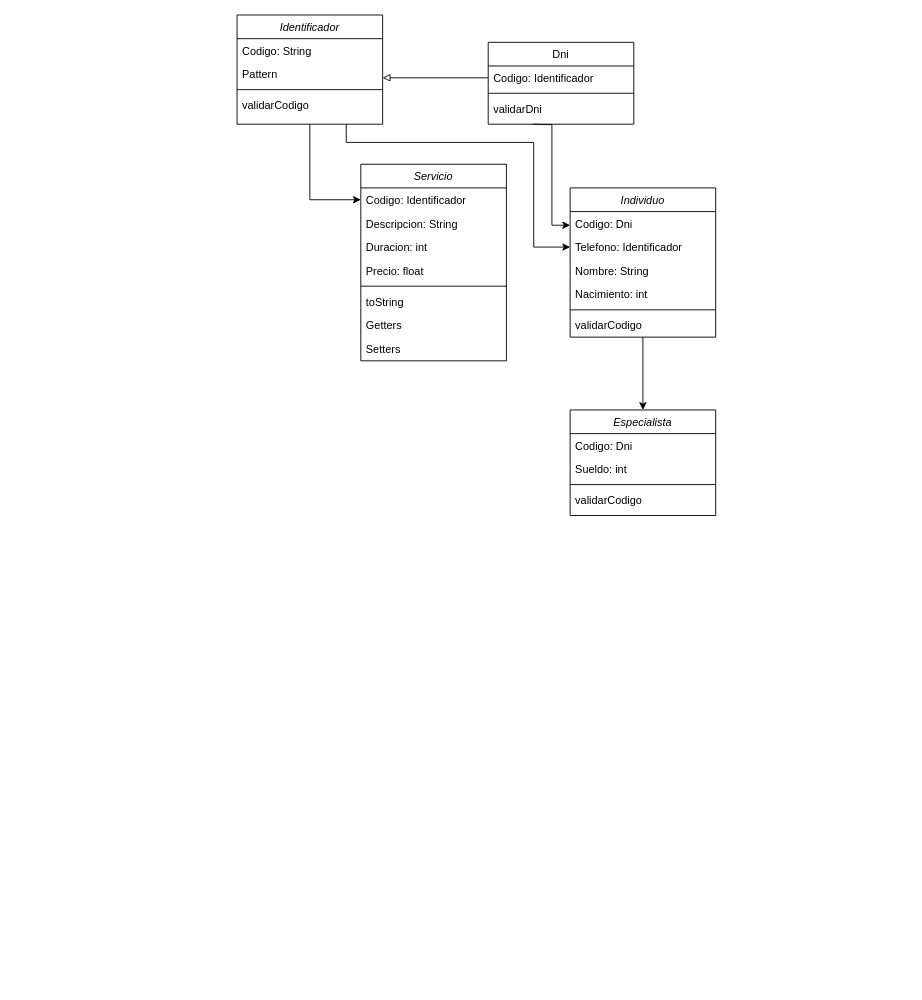
Above: Proyecto_Clinica.drawio in Buhuk/diagramas (draw.io), before the change. Source tidied: cells renumbered, new cells numbered last; positions are measured from the earlier drawing's top-left corner, leaving out a move shared by most shapes. Both pictures are drawn from the tidied source at 91%, with x=0, y=0 at pixel (237, 15).
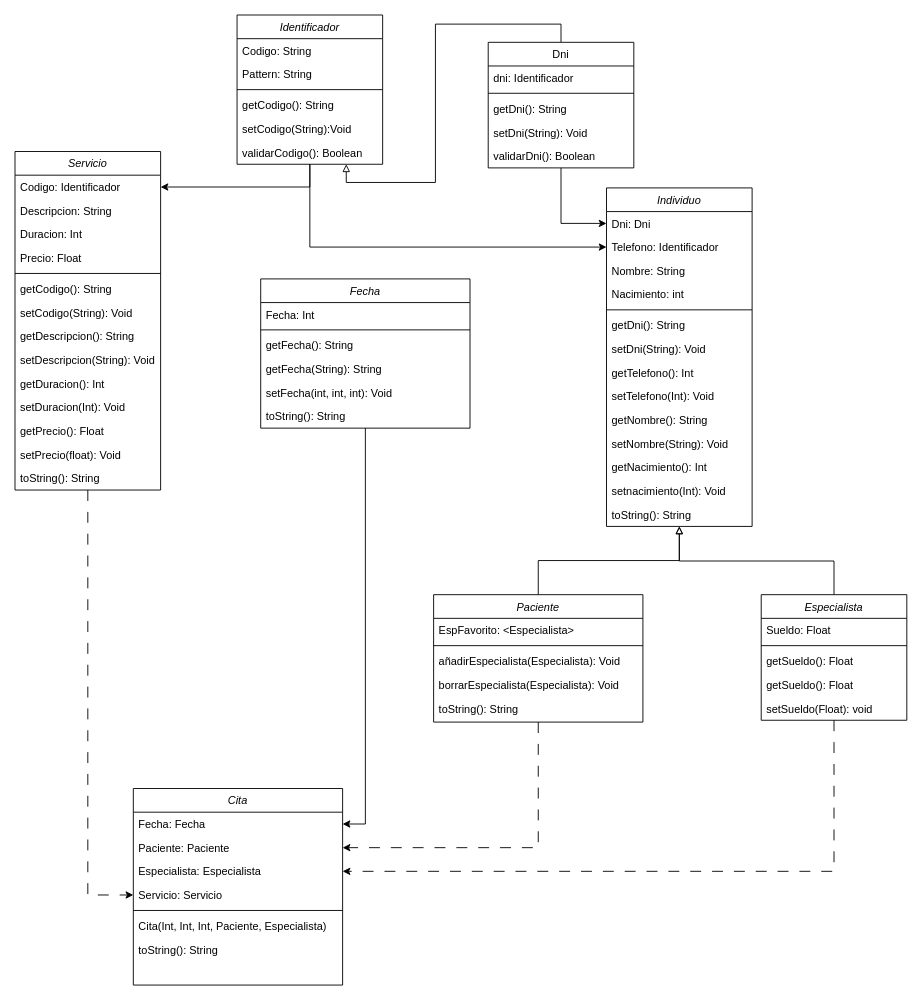
The same page after the edit.

The change refers to these unchanged cells:
```xml
<mxCell id="18" value="Telefono: Identificador" style="text;align=left;verticalAlign=top;spacingLeft=4;spacingRight=4;overflow=hidden;points=[[0,0.5],[1,0.5]];portConstraint=eastwest;" parent="16" vertex="1">
  <mxGeometry y="52" width="160" height="26" as="geometry" />
</mxCell>
<mxCell id="24" value="Codigo: Identificador" style="text;align=left;verticalAlign=top;spacingLeft=4;spacingRight=4;overflow=hidden;points=[[0,0.5],[1,0.5]];portConstraint=eastwest;" parent="23" vertex="1">
  <mxGeometry y="26" width="160" height="26" as="geometry" />
</mxCell>
```

What changed in the source:
```diff
@@
-    <mxCell id="2" style="edgeStyle=orthogonalEdgeStyle;rounded=0;jettySize=auto;html=1;entryX=0;entryY=0.5;entryDx=0;entryDy=0;endArrow=none;endFill=0;startArrow=block;startFill=0;" parent="1" edge="1" source="6" target="12">
-      <mxGeometry relative="1" as="geometry">
-        <Array as="points">
-          <mxPoint x="151" y="70" />
-          <mxPoint x="151" y="69" />
-        </Array>
-      </mxGeometry>
-    </mxCell>
-    <mxCell id="3" style="edgeStyle=orthogonalEdgeStyle;rounded=0;jettySize=auto;html=1;exitX=0.5;exitY=1;exitDx=0;exitDy=0;entryX=0;entryY=0.25;entryDx=0;entryDy=0;" parent="1" edge="1" target="16">
-      <mxGeometry relative="1" as="geometry">
-        <mxPoint x="325" y="120" as="sourcePoint" />
-      </mxGeometry>
-    </mxCell>
+    <mxCell id="5" style="edgeStyle=orthogonalEdgeStyle;rounded=0;jettySize=auto;html=1;exitX=0.5;exitY=1;exitDx=0;exitDy=0;entryX=1;entryY=0.5;entryDx=0;entryDy=0;" parent="1" edge="1" source="6" target="24">
+      <mxGeometry relative="1" as="geometry" />
+    </mxCell>
-    <mxCell id="4" style="edgeStyle=orthogonalEdgeStyle;rounded=0;jettySize=auto;html=1;exitX=0.75;exitY=1;exitDx=0;exitDy=0;entryX=0;entryY=0.5;entryDx=0;entryDy=0;" parent="1" edge="1" source="6" target="18">
-      <mxGeometry relative="1" as="geometry">
-        <Array as="points">
-          <mxPoint x="120" y="140" />
-          <mxPoint x="326" y="140" />
-          <mxPoint x="326" y="255" />
-        </Array>
-      </mxGeometry>
+    <mxCell id="4" style="edgeStyle=orthogonalEdgeStyle;rounded=0;jettySize=auto;html=1;exitX=0.5;exitY=1;exitDx=0;exitDy=0;entryX=0;entryY=0.5;entryDx=0;entryDy=0;" parent="1" edge="1" source="6" target="18">
+      <mxGeometry relative="1" as="geometry" />
     </mxCell>
-    <mxCell id="5" style="edgeStyle=orthogonalEdgeStyle;rounded=0;jettySize=auto;html=1;" parent="1" edge="1" source="6" target="24">
-      <mxGeometry relative="1" as="geometry" />
-    </mxCell>
     <mxCell id="6" value="Identificador" style="swimlane;fontStyle=2;align=center;verticalAlign=top;horizontal=1;startSize=26;rounded=0;shadow=0;strokeWidth=1;" parent="1" vertex="1">
-      <mxGeometry width="160" height="120" as="geometry" />
+      <mxGeometry width="160" height="164" as="geometry" />
     </mxCell>
@@
-    <mxCell id="8" value="Pattern" style="text;align=left;verticalAlign=top;spacingLeft=4;spacingRight=4;overflow=hidden;rounded=0;shadow=0;html=0;" parent="6" vertex="1">
+    <mxCell id="8" value="Pattern: String" style="text;align=left;verticalAlign=top;spacingLeft=4;spacingRight=4;overflow=hidden;rounded=0;shadow=0;html=0;" parent="6" vertex="1">
       <mxGeometry y="52" width="160" height="26" as="geometry" />
     </mxCell>
@@
-    <mxCell id="10" value="validarCodigo" style="text;align=left;verticalAlign=top;spacingLeft=4;spacingRight=4;overflow=hidden;" parent="6" vertex="1">
-      <mxGeometry y="86" width="160" height="26" as="geometry" />
-    </mxCell>
+    <mxCell id="37" value="getCodigo(): String" style="text;align=left;verticalAlign=top;spacingLeft=4;spacingRight=4;overflow=hidden;" parent="6" vertex="1">
+      <mxGeometry y="86" width="160" height="26" as="geometry" />
+    </mxCell>
+    <mxCell id="38" value="setCodigo(String):Void" style="text;align=left;verticalAlign=top;spacingLeft=4;spacingRight=4;overflow=hidden;" parent="6" vertex="1">
+      <mxGeometry y="112" width="160" height="26" as="geometry" />
+    </mxCell>
+    <mxCell id="39" value="validarCodigo(): Boolean" style="text;align=left;verticalAlign=top;spacingLeft=4;spacingRight=4;overflow=hidden;" parent="6" vertex="1">
+      <mxGeometry y="138" width="160" height="26" as="geometry" />
+    </mxCell>
+    <mxCell id="40" style="edgeStyle=orthogonalEdgeStyle;rounded=0;jettySize=auto;html=1;exitX=0.5;exitY=1;exitDx=0;exitDy=0;entryX=0;entryY=0.5;entryDx=0;entryDy=0;" parent="1" edge="1" source="11" target="17">
+      <mxGeometry relative="1" as="geometry" />
+    </mxCell>
+    <mxCell id="41" style="edgeStyle=orthogonalEdgeStyle;rounded=0;jettySize=auto;html=1;exitX=0.5;exitY=0;exitDx=0;exitDy=0;entryX=0.75;entryY=1;entryDx=0;entryDy=0;endArrow=block;endFill=0;" parent="1" edge="1" source="11" target="6">
+      <mxGeometry relative="1" as="geometry" />
+    </mxCell>
     <mxCell id="11" value="Dni" style="swimlane;fontStyle=0;align=center;verticalAlign=top;horizontal=1;startSize=26;rounded=0;shadow=0;strokeWidth=1;" parent="1" vertex="1">
-      <mxGeometry x="276" y="30" width="160" height="90" as="geometry" />
+      <mxGeometry x="276" y="30" width="160" height="138" as="geometry" />
     </mxCell>
-    <mxCell id="12" value="Codigo: Identificador" style="text;align=left;verticalAlign=top;spacingLeft=4;spacingRight=4;overflow=hidden;points=[[0,0.5],[1,0.5]];portConstraint=eastwest;" parent="11" vertex="1">
+    <mxCell id="12" value="dni: Identificador" style="text;align=left;verticalAlign=top;spacingLeft=4;spacingRight=4;overflow=hidden;points=[[0,0.5],[1,0.5]];portConstraint=eastwest;" parent="11" vertex="1">
       <mxGeometry y="26" width="160" height="26" as="geometry" />
     </mxCell>
@@
-    <mxCell id="14" value="validarDni" style="text;align=left;verticalAlign=top;spacingLeft=4;spacingRight=4;overflow=hidden;" parent="11" vertex="1">
+    <mxCell id="14" value="getDni(): String" style="text;align=left;verticalAlign=top;spacingLeft=4;spacingRight=4;overflow=hidden;" parent="11" vertex="1">
       <mxGeometry y="60" width="160" height="26" as="geometry" />
     </mxCell>
+    <mxCell id="42" value="setDni(String): Void" style="text;align=left;verticalAlign=top;spacingLeft=4;spacingRight=4;overflow=hidden;" parent="11" vertex="1">
+      <mxGeometry y="86" width="160" height="26" as="geometry" />
+    </mxCell>
+    <mxCell id="43" value="validarDni(): Boolean" style="text;align=left;verticalAlign=top;spacingLeft=4;spacingRight=4;overflow=hidden;" parent="11" vertex="1">
+      <mxGeometry y="112" width="160" height="26" as="geometry" />
+    </mxCell>
-    <mxCell id="15" style="edgeStyle=orthogonalEdgeStyle;rounded=0;jettySize=auto;html=1;" parent="1" edge="1" source="16" target="32">
-      <mxGeometry relative="1" as="geometry" />
+    <mxCell id="15" style="edgeStyle=orthogonalEdgeStyle;rounded=0;jettySize=auto;html=1;endArrow=none;endFill=0;startArrow=block;startFill=0;entryX=0.5;entryY=0;entryDx=0;entryDy=0;" parent="1" edge="1" source="16" target="32">
+      <mxGeometry relative="1" as="geometry">
+        <Array as="points">
+          <mxPoint x="486" y="600" />
+          <mxPoint x="656" y="600" />
+        </Array>
+      </mxGeometry>
     </mxCell>
     <mxCell id="16" value="Individuo" style="swimlane;fontStyle=2;align=center;verticalAlign=top;horizontal=1;startSize=26;rounded=0;shadow=0;strokeWidth=1;" parent="1" vertex="1">
-      <mxGeometry x="366" y="190" width="160" height="164" as="geometry" />
+      <mxGeometry x="406" y="190" width="160" height="372" as="geometry" />
     </mxCell>
-    <mxCell id="17" value="Codigo: Dni" style="text;align=left;verticalAlign=top;spacingLeft=4;spacingRight=4;overflow=hidden;points=[[0,0.5],[1,0.5]];portConstraint=eastwest;" parent="16" vertex="1">
+    <mxCell id="17" value="Dni: Dni" style="text;align=left;verticalAlign=top;spacingLeft=4;spacingRight=4;overflow=hidden;points=[[0,0.5],[1,0.5]];portConstraint=eastwest;" parent="16" vertex="1">
       <mxGeometry y="26" width="160" height="26" as="geometry" />
     </mxCell>
@@
-    <mxCell id="22" value="validarCodigo" style="text;align=left;verticalAlign=top;spacingLeft=4;spacingRight=4;overflow=hidden;" parent="16" vertex="1">
+    <mxCell id="22" value="getDni(): String" style="text;align=left;verticalAlign=top;spacingLeft=4;spacingRight=4;overflow=hidden;" parent="16" vertex="1">
       <mxGeometry y="138" width="160" height="26" as="geometry" />
     </mxCell>
+    <mxCell id="44" value="setDni(String): Void" style="text;align=left;verticalAlign=top;spacingLeft=4;spacingRight=4;overflow=hidden;" parent="16" vertex="1">
+      <mxGeometry y="164" width="160" height="26" as="geometry" />
+    </mxCell>
+    <mxCell id="45" value="getTelefono(): Int" style="text;align=left;verticalAlign=top;spacingLeft=4;spacingRight=4;overflow=hidden;" parent="16" vertex="1">
+      <mxGeometry y="190" width="160" height="26" as="geometry" />
+    </mxCell>
+    <mxCell id="46" value="setTelefono(Int): Void" style="text;align=left;verticalAlign=top;spacingLeft=4;spacingRight=4;overflow=hidden;" parent="16" vertex="1">
+      <mxGeometry y="216" width="160" height="26" as="geometry" />
+    </mxCell>
+    <mxCell id="47" value="getNombre(): String" style="text;align=left;verticalAlign=top;spacingLeft=4;spacingRight=4;overflow=hidden;" parent="16" vertex="1">
+      <mxGeometry y="242" width="160" height="26" as="geometry" />
+    </mxCell>
+    <mxCell id="48" value="setNombre(String): Void" style="text;align=left;verticalAlign=top;spacingLeft=4;spacingRight=4;overflow=hidden;" parent="16" vertex="1">
+      <mxGeometry y="268" width="160" height="26" as="geometry" />
+    </mxCell>
+    <mxCell id="49" value="getNacimiento(): Int" style="text;align=left;verticalAlign=top;spacingLeft=4;spacingRight=4;overflow=hidden;" parent="16" vertex="1">
+      <mxGeometry y="294" width="160" height="26" as="geometry" />
+    </mxCell>
+    <mxCell id="50" value="setnacimiento(Int): Void" style="text;align=left;verticalAlign=top;spacingLeft=4;spacingRight=4;overflow=hidden;" parent="16" vertex="1">
+      <mxGeometry y="320" width="160" height="26" as="geometry" />
+    </mxCell>
+    <mxCell id="51" value="toString(): String" style="text;align=left;verticalAlign=top;spacingLeft=4;spacingRight=4;overflow=hidden;" parent="16" vertex="1">
+      <mxGeometry y="346" width="160" height="26" as="geometry" />
+    </mxCell>
+    <mxCell id="52" style="edgeStyle=orthogonalEdgeStyle;rounded=0;jettySize=auto;html=1;exitX=0.5;exitY=1;exitDx=0;exitDy=0;entryX=0;entryY=0.5;entryDx=0;entryDy=0;dashed=1;dashPattern=12 12;" parent="1" edge="1" source="23" target="75">
+      <mxGeometry relative="1" as="geometry" />
+    </mxCell>
     <mxCell id="23" value="Servicio" style="swimlane;fontStyle=2;align=center;verticalAlign=top;horizontal=1;startSize=26;rounded=0;shadow=0;strokeWidth=1;" parent="1" vertex="1">
-      <mxGeometry x="136" y="164" width="160" height="216" as="geometry" />
+      <mxGeometry x="-244" y="150" width="160" height="372" as="geometry" />
     </mxCell>
@@
-    <mxCell id="26" value="Duracion: int" style="text;align=left;verticalAlign=top;spacingLeft=4;spacingRight=4;overflow=hidden;rounded=0;shadow=0;html=0;" parent="23" vertex="1">
+    <mxCell id="26" value="Duracion: Int" style="text;align=left;verticalAlign=top;spacingLeft=4;spacingRight=4;overflow=hidden;rounded=0;shadow=0;html=0;" parent="23" vertex="1">
       <mxGeometry y="78" width="160" height="26" as="geometry" />
     </mxCell>
-    <mxCell id="27" value="Precio: float" style="text;align=left;verticalAlign=top;spacingLeft=4;spacingRight=4;overflow=hidden;rounded=0;shadow=0;html=0;" parent="23" vertex="1">
+    <mxCell id="27" value="Precio: Float" style="text;align=left;verticalAlign=top;spacingLeft=4;spacingRight=4;overflow=hidden;rounded=0;shadow=0;html=0;" parent="23" vertex="1">
       <mxGeometry y="104" width="160" height="26" as="geometry" />
     </mxCell>
@@
+    <mxCell id="30" value="getCodigo(): String" style="text;align=left;verticalAlign=top;spacingLeft=4;spacingRight=4;overflow=hidden;" parent="23" vertex="1">
+      <mxGeometry y="138" width="160" height="26" as="geometry" />
+    </mxCell>
+    <mxCell id="53" value="setCodigo(String): Void" style="text;align=left;verticalAlign=top;spacingLeft=4;spacingRight=4;overflow=hidden;" parent="23" vertex="1">
+      <mxGeometry y="164" width="160" height="26" as="geometry" />
+    </mxCell>
+    <mxCell id="54" value="getDescripcion(): String" style="text;align=left;verticalAlign=top;spacingLeft=4;spacingRight=4;overflow=hidden;" parent="23" vertex="1">
+      <mxGeometry y="190" width="160" height="26" as="geometry" />
+    </mxCell>
+    <mxCell id="55" value="setDescripcion(String): Void" style="text;align=left;verticalAlign=top;spacingLeft=4;spacingRight=4;overflow=hidden;" parent="23" vertex="1">
+      <mxGeometry y="216" width="160" height="26" as="geometry" />
+    </mxCell>
+    <mxCell id="56" value="getDuracion(): Int" style="text;align=left;verticalAlign=top;spacingLeft=4;spacingRight=4;overflow=hidden;" parent="23" vertex="1">
+      <mxGeometry y="242" width="160" height="26" as="geometry" />
+    </mxCell>
+    <mxCell id="57" value="setDuracion(Int): Void" style="text;align=left;verticalAlign=top;spacingLeft=4;spacingRight=4;overflow=hidden;" parent="23" vertex="1">
+      <mxGeometry y="268" width="160" height="26" as="geometry" />
+    </mxCell>
+    <mxCell id="58" value="getPrecio(): Float" style="text;align=left;verticalAlign=top;spacingLeft=4;spacingRight=4;overflow=hidden;" parent="23" vertex="1">
+      <mxGeometry y="294" width="160" height="26" as="geometry" />
+    </mxCell>
+    <mxCell id="59" value="setPrecio(float): Void" style="text;align=left;verticalAlign=top;spacingLeft=4;spacingRight=4;overflow=hidden;" parent="23" vertex="1">
+      <mxGeometry y="320" width="160" height="26" as="geometry" />
+    </mxCell>
-    <mxCell id="29" value="toString" style="text;align=left;verticalAlign=top;spacingLeft=4;spacingRight=4;overflow=hidden;" parent="23" vertex="1">
-      <mxGeometry y="138" width="160" height="26" as="geometry" />
+    <mxCell id="29" value="toString(): String" style="text;align=left;verticalAlign=top;spacingLeft=4;spacingRight=4;overflow=hidden;" parent="23" vertex="1">
+      <mxGeometry y="346" width="160" height="26" as="geometry" />
     </mxCell>
-    <mxCell id="30" value="Getters" style="text;align=left;verticalAlign=top;spacingLeft=4;spacingRight=4;overflow=hidden;" parent="23" vertex="1">
-      <mxGeometry y="164" width="160" height="26" as="geometry" />
-    </mxCell>
-    <mxCell id="31" value="Setters" style="text;align=left;verticalAlign=top;spacingLeft=4;spacingRight=4;overflow=hidden;" parent="23" vertex="1">
-      <mxGeometry y="190" width="160" height="26" as="geometry" />
-    </mxCell>
+    <mxCell id="60" style="edgeStyle=orthogonalEdgeStyle;rounded=0;jettySize=auto;html=1;exitX=0.5;exitY=1;exitDx=0;exitDy=0;entryX=1;entryY=0.5;entryDx=0;entryDy=0;dashed=1;dashPattern=12 12;" parent="1" edge="1" source="32" target="74">
+      <mxGeometry relative="1" as="geometry" />
+    </mxCell>
     <mxCell id="32" value="Especialista" style="swimlane;fontStyle=2;align=center;verticalAlign=top;horizontal=1;startSize=26;rounded=0;shadow=0;strokeWidth=1;" parent="1" vertex="1">
-      <mxGeometry x="366" y="434" width="160" height="116" as="geometry" />
+      <mxGeometry x="576" y="637" width="160" height="138" as="geometry" />
     </mxCell>
-    <mxCell id="33" value="Codigo: Dni" style="text;align=left;verticalAlign=top;spacingLeft=4;spacingRight=4;overflow=hidden;" parent="32" vertex="1">
-      <mxGeometry y="26" width="160" height="26" as="geometry" />
-    </mxCell>
-    <mxCell id="34" value="Sueldo: int" style="text;align=left;verticalAlign=top;spacingLeft=4;spacingRight=4;overflow=hidden;" parent="32" vertex="1">
-      <mxGeometry y="52" width="160" height="26" as="geometry" />
+    <mxCell id="34" value="Sueldo: Float" style="text;align=left;verticalAlign=top;spacingLeft=4;spacingRight=4;overflow=hidden;" parent="32" vertex="1">
+      <mxGeometry y="26" width="160" height="26" as="geometry" />
     </mxCell>
     <mxCell id="35" style="line;html=1;strokeWidth=1;align=left;verticalAlign=middle;spacingTop=-1;spacingLeft=3;spacingRight=3;labelPosition=right;" parent="32" vertex="1">
-      <mxGeometry y="78" width="160" height="8" as="geometry" />
+      <mxGeometry y="52" width="160" height="8" as="geometry" />
     </mxCell>
+    <mxCell id="61" value="getSueldo(): Float" style="text;align=left;verticalAlign=top;spacingLeft=4;spacingRight=4;overflow=hidden;" parent="32" vertex="1">
+      <mxGeometry y="60" width="160" height="26" as="geometry" />
+    </mxCell>
-    <mxCell id="36" value="validarCodigo" style="text;align=left;verticalAlign=top;spacingLeft=4;spacingRight=4;overflow=hidden;" parent="32" vertex="1">
+    <mxCell id="36" value="getSueldo(): Float" style="text;align=left;verticalAlign=top;spacingLeft=4;spacingRight=4;overflow=hidden;" parent="32" vertex="1">
       <mxGeometry y="86" width="160" height="26" as="geometry" />
     </mxCell>
+    <mxCell id="62" value="setSueldo(Float): void" style="text;align=left;verticalAlign=top;spacingLeft=4;spacingRight=4;overflow=hidden;" parent="32" vertex="1">
+      <mxGeometry y="112" width="160" height="26" as="geometry" />
+    </mxCell>
+    <mxCell id="63" style="edgeStyle=orthogonalEdgeStyle;rounded=0;jettySize=auto;html=1;exitX=0.5;exitY=0;exitDx=0;exitDy=0;entryX=0.5;entryY=1;entryDx=0;entryDy=0;endArrow=block;endFill=0;" parent="1" edge="1" source="65" target="16">
+      <mxGeometry relative="1" as="geometry" />
+    </mxCell>
+    <mxCell id="64" style="edgeStyle=orthogonalEdgeStyle;rounded=0;jettySize=auto;html=1;exitX=0.5;exitY=1;exitDx=0;exitDy=0;entryX=1;entryY=0.5;entryDx=0;entryDy=0;dashed=1;dashPattern=12 12;" parent="1" edge="1" source="65" target="73">
+      <mxGeometry relative="1" as="geometry" />
+    </mxCell>
+    <mxCell id="65" value="Paciente" style="swimlane;fontStyle=2;align=center;verticalAlign=top;horizontal=1;startSize=26;rounded=0;shadow=0;strokeWidth=1;" parent="1" vertex="1">
+      <mxGeometry x="216" y="637" width="230" height="140" as="geometry" />
+    </mxCell>
+    <mxCell id="66" value="EspFavorito: &lt;Especialista&gt;" style="text;align=left;verticalAlign=top;spacingLeft=4;spacingRight=4;overflow=hidden;" parent="65" vertex="1">
+      <mxGeometry y="26" width="230" height="26" as="geometry" />
+    </mxCell>
+    <mxCell id="67" style="line;html=1;strokeWidth=1;align=left;verticalAlign=middle;spacingTop=-1;spacingLeft=3;spacingRight=3;labelPosition=right;" parent="65" vertex="1">
+      <mxGeometry y="52" width="230" height="8" as="geometry" />
+    </mxCell>
+    <mxCell id="68" value="añadirEspecialista(Especialista): Void" style="text;align=left;verticalAlign=top;spacingLeft=4;spacingRight=4;overflow=hidden;" parent="65" vertex="1">
+      <mxGeometry y="60" width="230" height="26" as="geometry" />
+    </mxCell>
+    <mxCell id="69" value="borrarEspecialista(Especialista): Void" style="text;align=left;verticalAlign=top;spacingLeft=4;spacingRight=4;overflow=hidden;" parent="65" vertex="1">
+      <mxGeometry y="86" width="230" height="26" as="geometry" />
+    </mxCell>
+    <mxCell id="70" value="toString(): String" style="text;align=left;verticalAlign=top;spacingLeft=4;spacingRight=4;overflow=hidden;" parent="65" vertex="1">
+      <mxGeometry y="112" width="230" height="26" as="geometry" />
+    </mxCell>
+    <mxCell id="71" value="Cita" style="swimlane;fontStyle=2;align=center;verticalAlign=top;horizontal=1;startSize=26;rounded=0;shadow=0;strokeWidth=1;" parent="1" vertex="1">
+      <mxGeometry x="-114" y="850" width="230" height="216" as="geometry" />
+    </mxCell>
+    <mxCell id="72" value="Fecha: Fecha" style="text;align=left;verticalAlign=top;spacingLeft=4;spacingRight=4;overflow=hidden;points=[[0,0.5],[1,0.5]];portConstraint=eastwest;" parent="71" vertex="1">
+      <mxGeometry y="26" width="230" height="26" as="geometry" />
+    </mxCell>
+    <mxCell id="73" value="Paciente: Paciente" style="text;align=left;verticalAlign=top;spacingLeft=4;spacingRight=4;overflow=hidden;points=[[0,0.5],[1,0.5]];portConstraint=eastwest;" parent="71" vertex="1">
+      <mxGeometry y="52" width="230" height="26" as="geometry" />
+    </mxCell>
+    <mxCell id="74" value="Especialista: Especialista" style="text;align=left;verticalAlign=top;spacingLeft=4;spacingRight=4;overflow=hidden;points=[[0,0.5],[1,0.5]];portConstraint=eastwest;" parent="71" vertex="1">
+      <mxGeometry y="78" width="230" height="26" as="geometry" />
+    </mxCell>
+    <mxCell id="75" value="Servicio: Servicio" style="text;align=left;verticalAlign=top;spacingLeft=4;spacingRight=4;overflow=hidden;points=[[0,0.5],[1,0.5]];portConstraint=eastwest;" parent="71" vertex="1">
+      <mxGeometry y="104" width="230" height="26" as="geometry" />
+    </mxCell>
+    <mxCell id="76" style="line;html=1;strokeWidth=1;align=left;verticalAlign=middle;spacingTop=-1;spacingLeft=3;spacingRight=3;labelPosition=right;" parent="71" vertex="1">
+      <mxGeometry y="130" width="230" height="8" as="geometry" />
+    </mxCell>
+    <mxCell id="77" value="Cita(Int, Int, Int, Paciente, Especialista)" style="text;align=left;verticalAlign=top;spacingLeft=4;spacingRight=4;overflow=hidden;" parent="71" vertex="1">
+      <mxGeometry y="138" width="230" height="26" as="geometry" />
+    </mxCell>
+    <mxCell id="78" value="toString(): String" style="text;align=left;verticalAlign=top;spacingLeft=4;spacingRight=4;overflow=hidden;" parent="71" vertex="1">
+      <mxGeometry y="164" width="230" height="26" as="geometry" />
+    </mxCell>
+    <mxCell id="79" style="edgeStyle=orthogonalEdgeStyle;rounded=0;jettySize=auto;html=1;exitX=0.5;exitY=1;exitDx=0;exitDy=0;entryX=1;entryY=0.5;entryDx=0;entryDy=0;" parent="1" edge="1" source="80" target="72">
+      <mxGeometry relative="1" as="geometry" />
+    </mxCell>
+    <mxCell id="80" value="Fecha" style="swimlane;fontStyle=2;align=center;verticalAlign=top;horizontal=1;startSize=26;rounded=0;shadow=0;strokeWidth=1;" parent="1" vertex="1">
+      <mxGeometry x="26" y="290" width="230" height="164" as="geometry" />
+    </mxCell>
+    <mxCell id="81" value="Fecha: Int" style="text;align=left;verticalAlign=top;spacingLeft=4;spacingRight=4;overflow=hidden;" parent="80" vertex="1">
+      <mxGeometry y="26" width="230" height="26" as="geometry" />
+    </mxCell>
+    <mxCell id="82" style="line;html=1;strokeWidth=1;align=left;verticalAlign=middle;spacingTop=-1;spacingLeft=3;spacingRight=3;labelPosition=right;" parent="80" vertex="1">
+      <mxGeometry y="52" width="230" height="8" as="geometry" />
+    </mxCell>
+    <mxCell id="83" value="getFecha(): String" style="text;align=left;verticalAlign=top;spacingLeft=4;spacingRight=4;overflow=hidden;" parent="80" vertex="1">
+      <mxGeometry y="60" width="230" height="26" as="geometry" />
+    </mxCell>
+    <mxCell id="84" value="getFecha(String): String" style="text;align=left;verticalAlign=top;spacingLeft=4;spacingRight=4;overflow=hidden;" parent="80" vertex="1">
+      <mxGeometry y="86" width="230" height="26" as="geometry" />
+    </mxCell>
+    <mxCell id="85" value="setFecha(int, int, int): Void" style="text;align=left;verticalAlign=top;spacingLeft=4;spacingRight=4;overflow=hidden;" parent="80" vertex="1">
+      <mxGeometry y="112" width="230" height="26" as="geometry" />
+    </mxCell>
+    <mxCell id="86" value="toString(): String" style="text;align=left;verticalAlign=top;spacingLeft=4;spacingRight=4;overflow=hidden;" parent="80" vertex="1">
+      <mxGeometry y="138" width="230" height="26" as="geometry" />
+    </mxCell>
```
